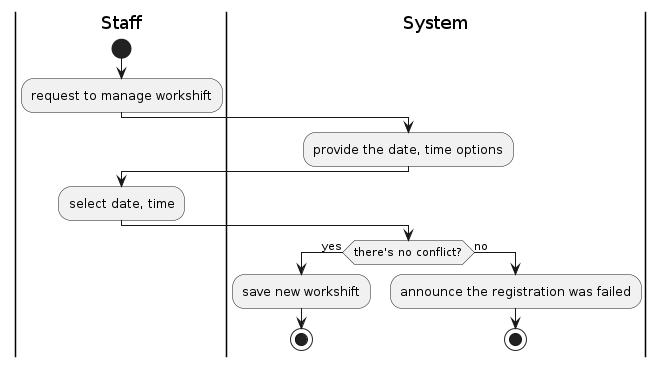
LapTQ/MCT keeps this PlantUML diagram as docs/UML/Activity Diagrams/staff-registers-a-workshift.png. Above is the earlier version.
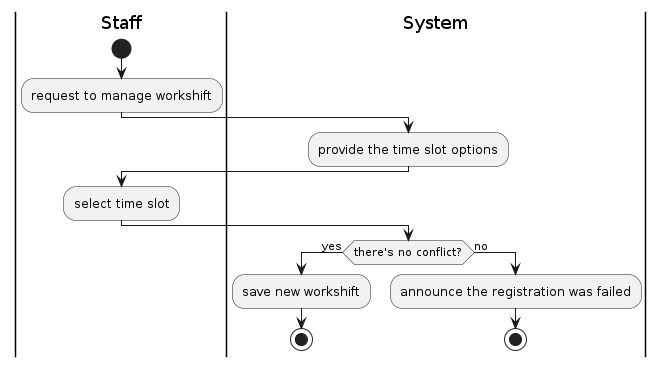
The same file after the commit.

Diff of the diagram source:
```diff
@@ -3,9 +3,9 @@
 start
 :request to manage workshift;
 |System|
-:provide the date, time options;
+:provide the time slot options;
 |Staff|
-:select date, time;
+:select time slot;
 |System|
 if (there's no conflict?) then (yes)
     :save new workshift;
```
